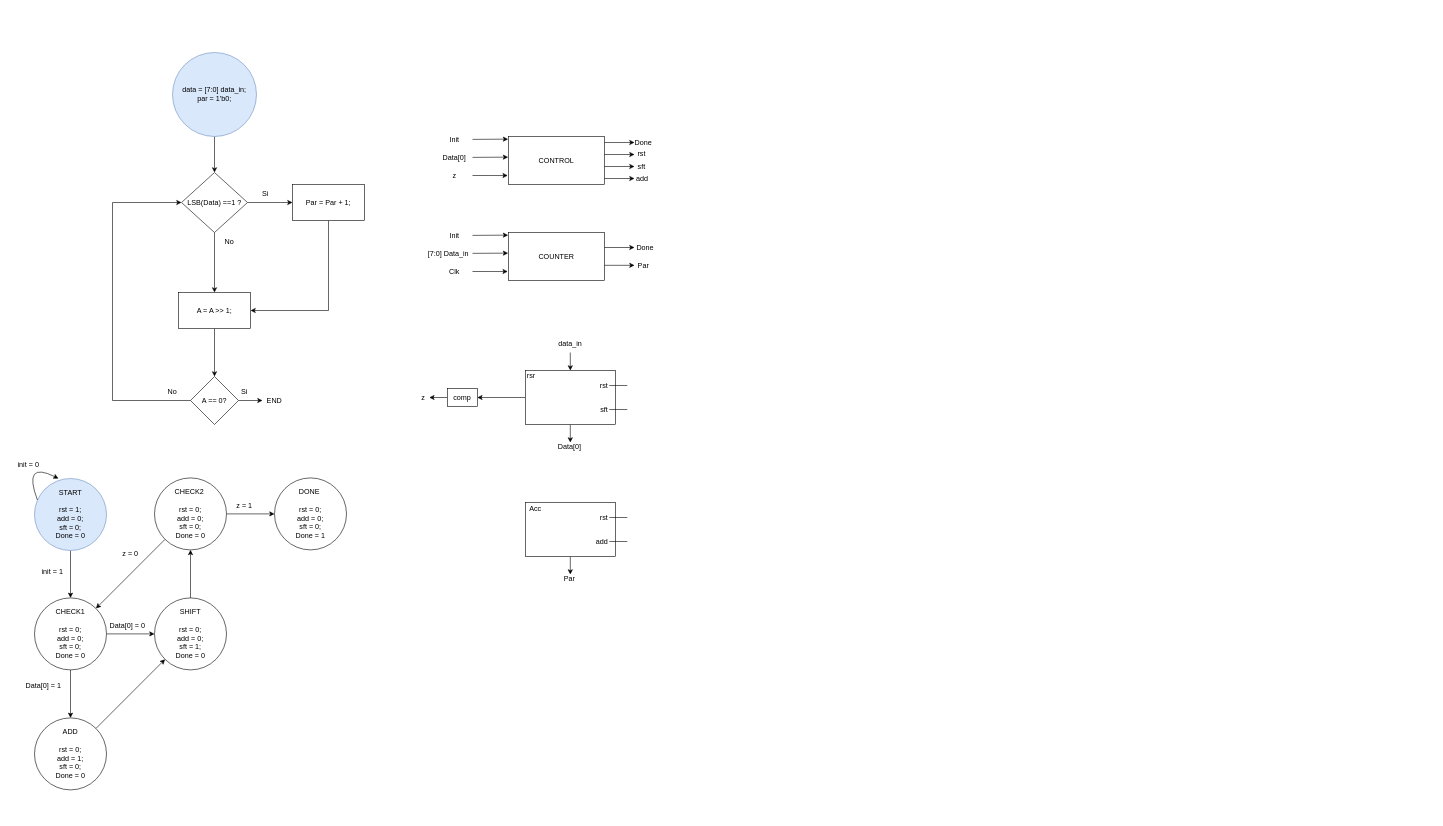
Above: Counter/diagrams/flowchart.drawio in DanielPuentes01/Digital_2 (draw.io), before the change. Source tidied: cells renumbered, new cells numbered last; positions are measured from the earlier drawing's top-left corner, leaving out a move shared by most shapes. Both pictures are drawn from the tidied source at 60%, with x=0, y=0 at pixel (10, 52).
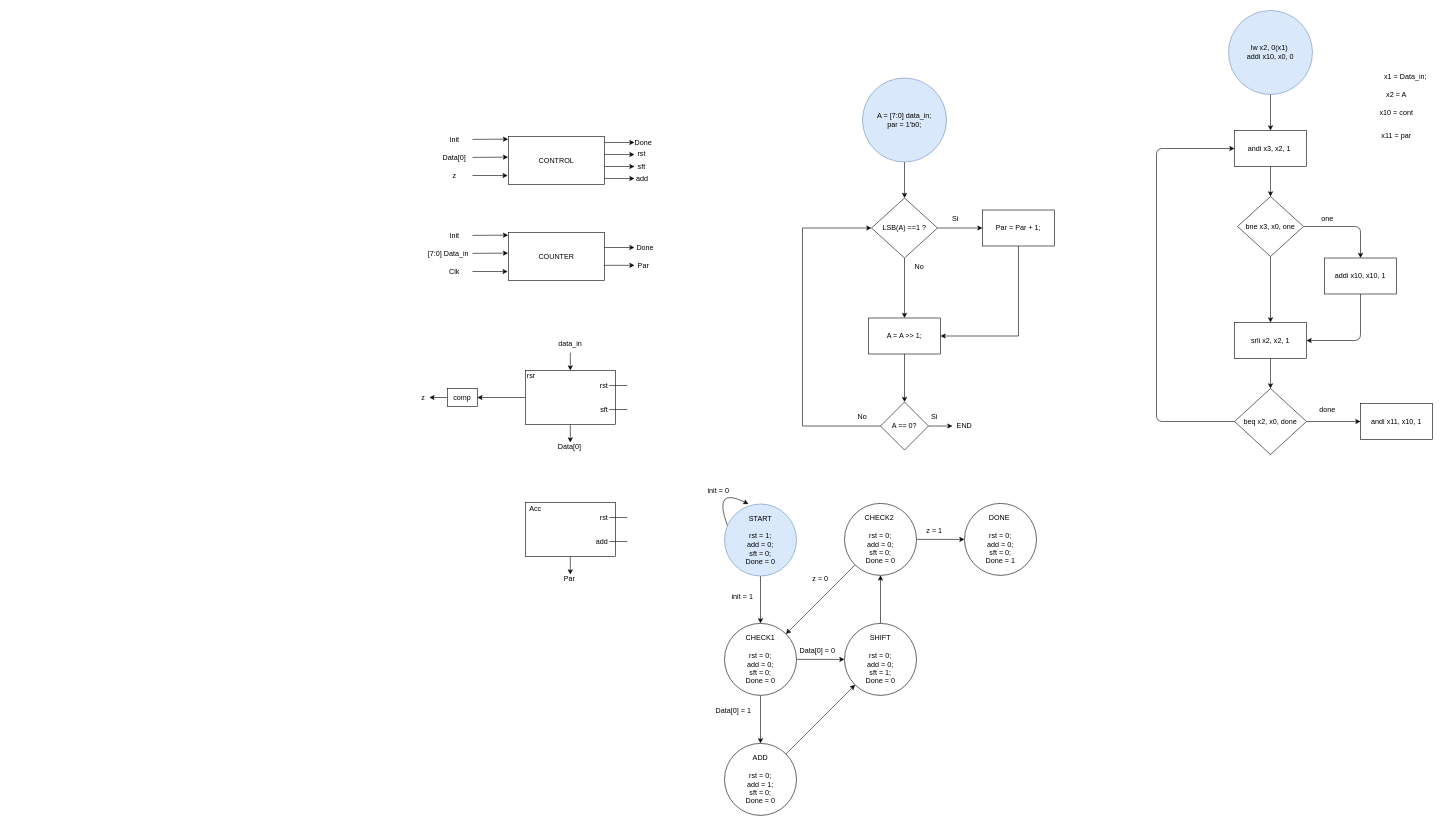
Above is the later version.

Change to the diagram source:
```diff
@@
-    <mxCell id="3" value="data = [7:0] data_in;&lt;div&gt;par = 1'b0;&lt;/div&gt;" style="ellipse;whiteSpace=wrap;html=1;fillColor=#dae8fc;strokeColor=#6c8ebf;" parent="1" vertex="1">
-      <mxGeometry x="270" width="140" height="140" as="geometry" />
+    <mxCell id="3" value="A = [7:0] data_in;&lt;div&gt;par = 1'b0;&lt;/div&gt;" style="ellipse;whiteSpace=wrap;html=1;fillColor=#dae8fc;strokeColor=#6c8ebf;" parent="1" vertex="1">
+      <mxGeometry x="1420" y="42.5" width="140" height="140" as="geometry" />
     </mxCell>
@@
-    <mxCell id="6" value="LSB(Data) ==1 ?" style="rhombus;whiteSpace=wrap;html=1;" parent="1" vertex="1">
-      <mxGeometry x="285" y="200" width="110" height="100" as="geometry" />
+    <mxCell id="6" value="LSB(A) ==1 ?" style="rhombus;whiteSpace=wrap;html=1;" parent="1" vertex="1">
+      <mxGeometry x="1435" y="242.5" width="110" height="100" as="geometry" />
     </mxCell>
     <mxCell id="7" style="edgeStyle=none;html=1;entryX=1;entryY=0.5;entryDx=0;entryDy=0;rounded=0;curved=0;" parent="1" edge="1" source="8" target="10">
       <mxGeometry relative="1" as="geometry">
         <Array as="points">
-          <mxPoint x="530" y="430" />
+          <mxPoint x="1680" y="472.5" />
         </Array>
       </mxGeometry>
     </mxCell>
     <mxCell id="8" value="Par = Par + 1;" style="whiteSpace=wrap;html=1;" parent="1" vertex="1">
-      <mxGeometry x="470" y="220" width="120" height="60" as="geometry" />
+      <mxGeometry x="1620" y="262.5" width="120" height="60" as="geometry" />
     </mxCell>
@@
     <mxCell id="10" value="A = A &amp;gt;&amp;gt; 1;" style="whiteSpace=wrap;html=1;" parent="1" vertex="1">
-      <mxGeometry x="280" y="400" width="120" height="60" as="geometry" />
+      <mxGeometry x="1430" y="442.5" width="120" height="60" as="geometry" />
     </mxCell>
     <mxCell id="11" style="edgeStyle=none;html=1;entryX=0;entryY=0.5;entryDx=0;entryDy=0;rounded=0;curved=0;" parent="1" edge="1" source="13" target="6">
       <mxGeometry relative="1" as="geometry">
         <Array as="points">
-          <mxPoint x="170" y="580" />
-          <mxPoint x="170" y="250" />
+          <mxPoint x="1320" y="622.5" />
+          <mxPoint x="1320" y="292.5" />
         </Array>
       </mxGeometry>
     </mxCell>
     <mxCell id="12" style="edgeStyle=none;html=1;" parent="1" edge="1" source="13">
       <mxGeometry relative="1" as="geometry">
-        <mxPoint x="420" y="580" as="targetPoint" />
+        <mxPoint x="1570" y="622.5" as="targetPoint" />
       </mxGeometry>
     </mxCell>
     <mxCell id="13" value="A == 0?" style="rhombus;whiteSpace=wrap;html=1;" parent="1" vertex="1">
-      <mxGeometry x="300" y="540" width="80" height="80" as="geometry" />
+      <mxGeometry x="1450" y="582.5" width="80" height="80" as="geometry" />
     </mxCell>
     <mxCell id="14" value="END" style="text;html=1;align=center;verticalAlign=middle;whiteSpace=wrap;rounded=0;" parent="1" vertex="1">
-      <mxGeometry x="410" y="565" width="60" height="30" as="geometry" />
+      <mxGeometry x="1560" y="607.5" width="60" height="30" as="geometry" />
     </mxCell>
     <mxCell id="15" value="Si" style="text;html=1;align=center;verticalAlign=middle;whiteSpace=wrap;rounded=0;" parent="1" vertex="1">
-      <mxGeometry x="395" y="220" width="60" height="30" as="geometry" />
+      <mxGeometry x="1545" y="262.5" width="60" height="30" as="geometry" />
     </mxCell>
     <mxCell id="16" value="No" style="text;html=1;align=center;verticalAlign=middle;whiteSpace=wrap;rounded=0;" parent="1" vertex="1">
-      <mxGeometry x="240" y="550" width="60" height="30" as="geometry" />
+      <mxGeometry x="1390" y="592.5" width="60" height="30" as="geometry" />
     </mxCell>
     <mxCell id="17" value="Si" style="text;html=1;align=center;verticalAlign=middle;whiteSpace=wrap;rounded=0;" parent="1" vertex="1">
-      <mxGeometry x="360" y="550" width="60" height="30" as="geometry" />
+      <mxGeometry x="1510" y="592.5" width="60" height="30" as="geometry" />
     </mxCell>
     <mxCell id="18" value="No" style="text;html=1;align=center;verticalAlign=middle;whiteSpace=wrap;rounded=0;" parent="1" vertex="1">
-      <mxGeometry x="335" y="300" width="60" height="30" as="geometry" />
+      <mxGeometry x="1485" y="342.5" width="60" height="30" as="geometry" />
     </mxCell>
@@
     <mxCell id="68" value="START&lt;div&gt;&lt;br&gt;&lt;/div&gt;&lt;div&gt;rst = 1;&lt;/div&gt;&lt;div&gt;add = 0;&lt;/div&gt;&lt;div&gt;sft = 0;&lt;/div&gt;&lt;div&gt;Done = 0&lt;/div&gt;" style="ellipse;whiteSpace=wrap;html=1;fillColor=#dae8fc;strokeColor=#6c8ebf;" parent="1" vertex="1">
-      <mxGeometry x="40" y="710" width="120" height="120" as="geometry" />
+      <mxGeometry x="1190" y="752.5" width="120" height="120" as="geometry" />
     </mxCell>
     <mxCell id="69" style="edgeStyle=none;html=1;entryX=0.333;entryY=0;entryDx=0;entryDy=0;exitX=0.041;exitY=0.299;exitDx=0;exitDy=0;exitPerimeter=0;rounded=0;curved=1;entryPerimeter=0;" parent="1" edge="1" source="68" target="68">
       <mxGeometry relative="1" as="geometry">
         <Array as="points">
-          <mxPoint x="20" y="680" />
+          <mxPoint x="1170" y="722.5" />
         </Array>
       </mxGeometry>
     </mxCell>
     <mxCell id="70" value="init = 0" style="text;html=1;align=center;verticalAlign=middle;whiteSpace=wrap;rounded=0;" parent="1" vertex="1">
-      <mxGeometry y="672" width="60" height="30" as="geometry" />
+      <mxGeometry x="1150" y="714.5" width="60" height="30" as="geometry" />
     </mxCell>
@@
     <mxCell id="73" value="CHECK1&lt;div&gt;&lt;br&gt;&lt;/div&gt;&lt;div&gt;rst = 0;&lt;/div&gt;&lt;div&gt;add = 0;&lt;/div&gt;&lt;div&gt;sft = 0;&lt;/div&gt;&lt;div&gt;Done = 0&lt;/div&gt;" style="ellipse;whiteSpace=wrap;html=1;" parent="1" vertex="1">
-      <mxGeometry x="40" y="909" width="120" height="120" as="geometry" />
+      <mxGeometry x="1190" y="951.5" width="120" height="120" as="geometry" />
     </mxCell>
@@
     <mxCell id="75" value="SHIFT&lt;div&gt;&lt;br&gt;&lt;/div&gt;&lt;div&gt;rst = 0;&lt;/div&gt;&lt;div&gt;add = 0;&lt;/div&gt;&lt;div&gt;sft = 1;&lt;/div&gt;&lt;div&gt;Done = 0&lt;/div&gt;" style="ellipse;whiteSpace=wrap;html=1;" parent="1" vertex="1">
-      <mxGeometry x="240" y="909" width="120" height="120" as="geometry" />
+      <mxGeometry x="1390" y="951.5" width="120" height="120" as="geometry" />
     </mxCell>
@@
     <mxCell id="77" value="ADD&lt;br&gt;&lt;div&gt;&lt;br&gt;&lt;/div&gt;&lt;div&gt;rst = 0;&lt;/div&gt;&lt;div&gt;add = 1;&lt;/div&gt;&lt;div&gt;sft = 0;&lt;/div&gt;&lt;div&gt;Done = 0&lt;/div&gt;" style="ellipse;whiteSpace=wrap;html=1;" parent="1" vertex="1">
-      <mxGeometry x="40" y="1109" width="120" height="120" as="geometry" />
+      <mxGeometry x="1190" y="1151.5" width="120" height="120" as="geometry" />
     </mxCell>
@@
     <mxCell id="80" value="&lt;div&gt;CHECK2&amp;nbsp;&lt;/div&gt;&lt;div&gt;&lt;br&gt;&lt;/div&gt;&lt;div&gt;rst = 0;&lt;/div&gt;&lt;div&gt;add = 0;&lt;/div&gt;&lt;div&gt;sft = 0;&lt;/div&gt;&lt;div&gt;Done = 0&lt;/div&gt;" style="ellipse;whiteSpace=wrap;html=1;" parent="1" vertex="1">
-      <mxGeometry x="240" y="709" width="120" height="120" as="geometry" />
+      <mxGeometry x="1390" y="751.5" width="120" height="120" as="geometry" />
     </mxCell>
     <mxCell id="81" value="&lt;div&gt;DONE&amp;nbsp;&lt;/div&gt;&lt;div&gt;&lt;br&gt;&lt;/div&gt;&lt;div&gt;rst = 0;&lt;/div&gt;&lt;div&gt;add = 0;&lt;/div&gt;&lt;div&gt;sft = 0;&lt;/div&gt;&lt;div&gt;Done = 1&lt;/div&gt;" style="ellipse;whiteSpace=wrap;html=1;" parent="1" vertex="1">
-      <mxGeometry x="440" y="709" width="120" height="120" as="geometry" />
+      <mxGeometry x="1590" y="751.5" width="120" height="120" as="geometry" />
     </mxCell>
     <mxCell id="82" value="Data[0] = 0" style="text;html=1;align=center;verticalAlign=middle;whiteSpace=wrap;rounded=0;" parent="1" vertex="1">
-      <mxGeometry x="160" y="940" width="70" height="30" as="geometry" />
+      <mxGeometry x="1310" y="982.5" width="70" height="30" as="geometry" />
     </mxCell>
     <mxCell id="83" value="Data[0] = 1" style="text;html=1;align=center;verticalAlign=middle;whiteSpace=wrap;rounded=0;" parent="1" vertex="1">
-      <mxGeometry x="20" y="1040" width="70" height="30" as="geometry" />
+      <mxGeometry x="1170" y="1082.5" width="70" height="30" as="geometry" />
     </mxCell>
     <mxCell id="84" value="z = 1" style="text;html=1;align=center;verticalAlign=middle;whiteSpace=wrap;rounded=0;" parent="1" vertex="1">
-      <mxGeometry x="360" y="740" width="60" height="30" as="geometry" />
+      <mxGeometry x="1510" y="782.5" width="60" height="30" as="geometry" />
     </mxCell>
     <mxCell id="85" value="z = 0" style="text;html=1;align=center;verticalAlign=middle;whiteSpace=wrap;rounded=0;" parent="1" vertex="1">
-      <mxGeometry x="170" y="820" width="60" height="30" as="geometry" />
+      <mxGeometry x="1320" y="862.5" width="60" height="30" as="geometry" />
     </mxCell>
     <mxCell id="86" value="init = 1" style="text;html=1;align=center;verticalAlign=middle;whiteSpace=wrap;rounded=0;" parent="1" vertex="1">
-      <mxGeometry x="40" y="850" width="60" height="30" as="geometry" />
+      <mxGeometry x="1190" y="892.5" width="60" height="30" as="geometry" />
     </mxCell>
+    <mxCell id="87" style="edgeStyle=none;html=1;entryX=0.5;entryY=0;entryDx=0;entryDy=0;" parent="1" edge="1" source="88" target="92">
+      <mxGeometry relative="1" as="geometry" />
+    </mxCell>
+    <mxCell id="88" value="lw x2, 0(x1)&amp;nbsp;&lt;br&gt;&lt;div&gt;addi x10, x0, 0&lt;/div&gt;" style="ellipse;whiteSpace=wrap;html=1;fillColor=#dae8fc;strokeColor=#6c8ebf;" parent="1" vertex="1">
+      <mxGeometry x="2030" y="-70" width="140" height="140" as="geometry" />
+    </mxCell>
+    <mxCell id="89" value="x1 = Data_in;" style="text;html=1;align=center;verticalAlign=middle;whiteSpace=wrap;rounded=0;" parent="1" vertex="1">
+      <mxGeometry x="2280" y="25" width="90" height="30" as="geometry" />
+    </mxCell>
+    <mxCell id="90" value="x2 = A" style="text;html=1;align=center;verticalAlign=middle;whiteSpace=wrap;rounded=0;" parent="1" vertex="1">
+      <mxGeometry x="2280" y="55" width="60" height="30" as="geometry" />
+    </mxCell>
+    <mxCell id="91" style="edgeStyle=none;html=1;" parent="1" edge="1" source="92" target="95">
+      <mxGeometry relative="1" as="geometry" />
+    </mxCell>
+    <mxCell id="92" value="andi x3, x2, 1&amp;nbsp;" style="rounded=0;whiteSpace=wrap;html=1;" parent="1" vertex="1">
+      <mxGeometry x="2040" y="130" width="120" height="60" as="geometry" />
+    </mxCell>
+    <mxCell id="93" style="edgeStyle=none;html=1;entryX=0.5;entryY=0;entryDx=0;entryDy=0;" parent="1" edge="1" source="95" target="97">
+      <mxGeometry relative="1" as="geometry">
+        <Array as="points">
+          <mxPoint x="2250" y="290" />
+        </Array>
+      </mxGeometry>
+    </mxCell>
+    <mxCell id="94" style="edgeStyle=none;html=1;entryX=0.5;entryY=0;entryDx=0;entryDy=0;" parent="1" edge="1" source="95" target="101">
+      <mxGeometry relative="1" as="geometry" />
+    </mxCell>
+    <mxCell id="95" value="bne x3, x0, one" style="rhombus;whiteSpace=wrap;html=1;rounded=0;" parent="1" vertex="1">
+      <mxGeometry x="2045" y="240" width="110" height="100" as="geometry" />
+    </mxCell>
+    <mxCell id="96" style="edgeStyle=none;html=1;entryX=1;entryY=0.5;entryDx=0;entryDy=0;" parent="1" edge="1" source="97" target="101">
+      <mxGeometry relative="1" as="geometry">
+        <Array as="points">
+          <mxPoint x="2250" y="480" />
+        </Array>
+      </mxGeometry>
+    </mxCell>
+    <mxCell id="97" value="addi x10, x10, 1" style="rounded=0;whiteSpace=wrap;html=1;" parent="1" vertex="1">
+      <mxGeometry x="2190" y="342.5" width="120" height="60" as="geometry" />
+    </mxCell>
+    <mxCell id="98" value="one" style="text;html=1;align=center;verticalAlign=middle;whiteSpace=wrap;rounded=0;" parent="1" vertex="1">
+      <mxGeometry x="2165" y="263" width="60" height="30" as="geometry" />
+    </mxCell>
+    <mxCell id="99" value="x10 = cont" style="text;html=1;align=center;verticalAlign=middle;whiteSpace=wrap;rounded=0;" parent="1" vertex="1">
+      <mxGeometry x="2280" y="85" width="60" height="30" as="geometry" />
+    </mxCell>
+    <mxCell id="100" style="edgeStyle=none;html=1;" parent="1" edge="1" source="101" target="104">
+      <mxGeometry relative="1" as="geometry" />
+    </mxCell>
+    <mxCell id="101" value="srli x2, x2, 1" style="rounded=0;whiteSpace=wrap;html=1;" parent="1" vertex="1">
+      <mxGeometry x="2040" y="450" width="120" height="60" as="geometry" />
+    </mxCell>
+    <mxCell id="102" style="edgeStyle=none;html=1;entryX=0;entryY=0.5;entryDx=0;entryDy=0;" parent="1" edge="1" source="104" target="107">
+      <mxGeometry relative="1" as="geometry" />
+    </mxCell>
+    <mxCell id="103" style="edgeStyle=none;html=1;entryX=0;entryY=0.5;entryDx=0;entryDy=0;" parent="1" edge="1" source="104" target="92">
+      <mxGeometry relative="1" as="geometry">
+        <Array as="points">
+          <mxPoint x="1910" y="615" />
+          <mxPoint x="1910" y="160" />
+        </Array>
+      </mxGeometry>
+    </mxCell>
+    <mxCell id="104" value="beq x2, x0, done" style="rhombus;whiteSpace=wrap;html=1;rounded=0;" parent="1" vertex="1">
+      <mxGeometry x="2040" y="560" width="120" height="110" as="geometry" />
+    </mxCell>
+    <mxCell id="105" value="done" style="text;html=1;align=center;verticalAlign=middle;whiteSpace=wrap;rounded=0;" parent="1" vertex="1">
+      <mxGeometry x="2165" y="580" width="60" height="30" as="geometry" />
+    </mxCell>
+    <mxCell id="106" value="x11 = par" style="text;html=1;align=center;verticalAlign=middle;whiteSpace=wrap;rounded=0;" parent="1" vertex="1">
+      <mxGeometry x="2280" y="124" width="60" height="30" as="geometry" />
+    </mxCell>
+    <mxCell id="107" value="andi x11, x10, 1" style="rounded=0;whiteSpace=wrap;html=1;" parent="1" vertex="1">
+      <mxGeometry x="2250" y="585" width="120" height="60" as="geometry" />
+    </mxCell>
```
